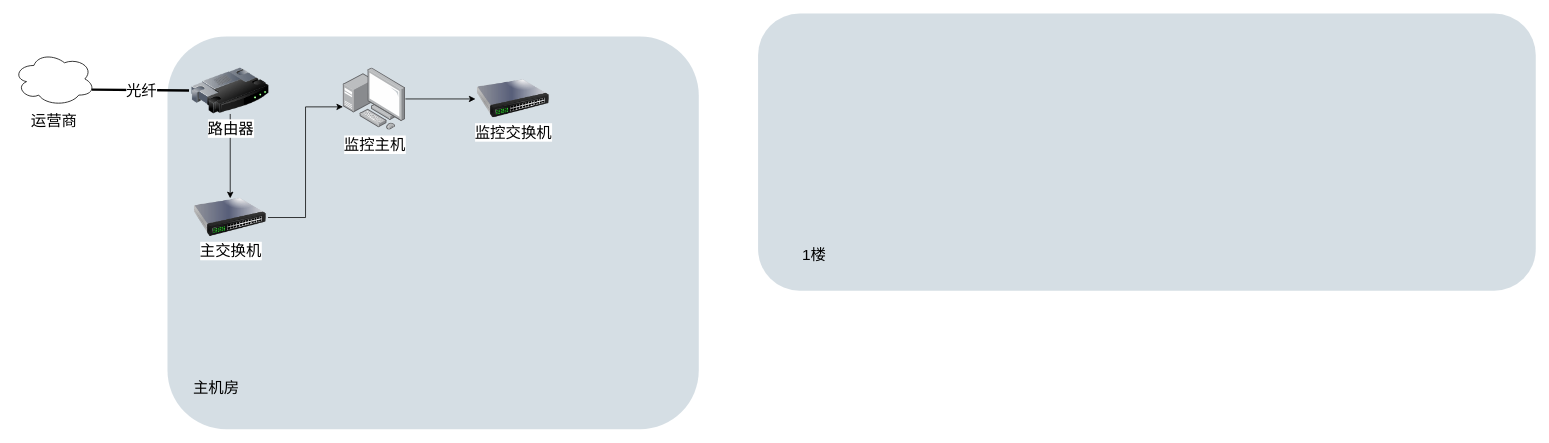
Earlier version of the draw.io diagram 自建房设计/网络拓补图.drawio (Red-Scarf/draw-io-project). Source tidied: cells renumbered, new cells numbered last; positions are measured from the earlier drawing's top-left corner, leaving out a move shared by most shapes. Both pictures are drawn from the tidied source at 77%, with x=0, y=0 at pixel (13, 13).
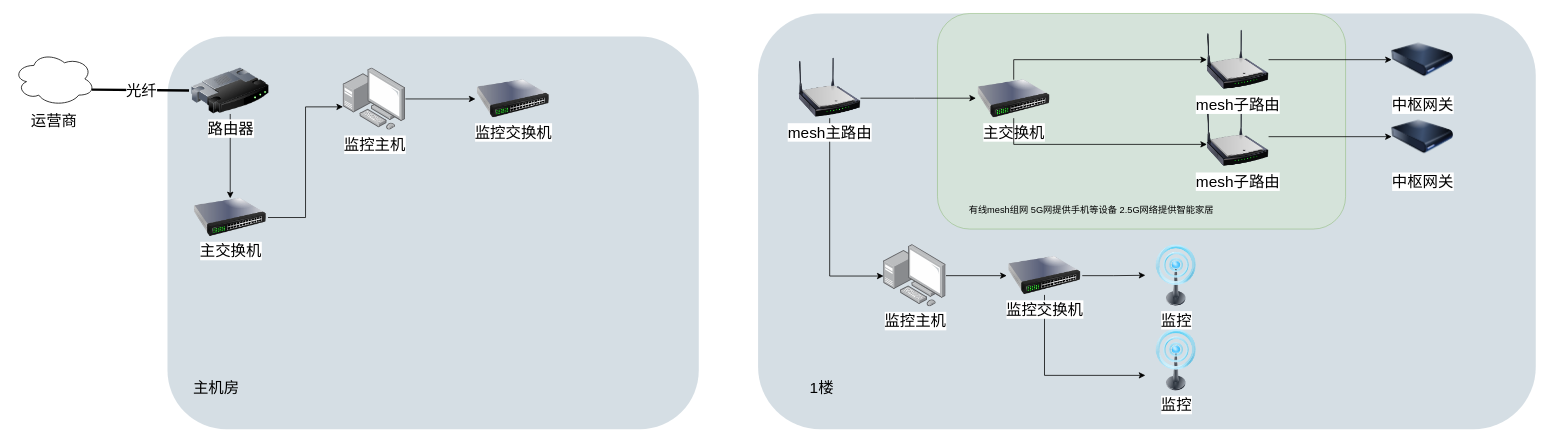
The same diagram, later.

Commit message:
每个楼层的拓补图

Diff of the diagram source:
```diff
@@
     <mxCell id="2" style="rounded=1;whiteSpace=wrap;html=1;strokeColor=none;fillColor=#BAC8D3;fontSize=24;fontColor=#23445D;align=center;opacity=60;" parent="1" vertex="1">
-      <mxGeometry x="967" width="1010" height="360" as="geometry" />
+      <mxGeometry x="967" width="1010" height="540" as="geometry" />
     </mxCell>
+    <mxCell id="16" style="rounded=1;whiteSpace=wrap;html=1;strokeColor=#82b366;fillColor=#d5e8d4;fontSize=24;align=center;opacity=60;" parent="1" vertex="1">
+      <mxGeometry x="1200" width="530" height="280" as="geometry" />
+    </mxCell>
@@
     <mxCell id="9" value="1楼" style="text;strokeColor=none;align=center;fillColor=none;html=1;verticalAlign=middle;whiteSpace=wrap;rounded=0;fontSize=20;" parent="1" vertex="1">
-      <mxGeometry x="1010" y="298" width="60" height="30" as="geometry" />
+      <mxGeometry x="1020" y="470" width="60" height="30" as="geometry" />
     </mxCell>
@@
+    <mxCell id="17" value="主交换机" style="image;html=1;image=img/lib/clip_art/networking/Switch_128x128.png;fontSize=20;" parent="1" vertex="1">
+      <mxGeometry x="1250" y="86" width="98" height="50" as="geometry" />
+    </mxCell>
+    <mxCell id="18" style="edgeStyle=orthogonalEdgeStyle;rounded=0;jettySize=auto;html=1;" parent="1" edge="1" source="17" target="24">
+      <mxGeometry relative="1" as="geometry">
+        <Array as="points">
+          <mxPoint x="1299" y="170" />
+        </Array>
+      </mxGeometry>
+    </mxCell>
+    <mxCell id="19" style="edgeStyle=orthogonalEdgeStyle;rounded=0;jettySize=auto;html=1;" parent="1" edge="1" source="17" target="26">
+      <mxGeometry relative="1" as="geometry">
+        <Array as="points">
+          <mxPoint x="1299" y="60" />
+        </Array>
+      </mxGeometry>
+    </mxCell>
+    <mxCell id="20" style="edgeStyle=orthogonalEdgeStyle;rounded=0;jettySize=auto;html=1;" parent="1" edge="1" source="22" target="17">
+      <mxGeometry relative="1" as="geometry">
+        <Array as="points">
+          <mxPoint x="1170" y="110" />
+          <mxPoint x="1170" y="110" />
+        </Array>
+      </mxGeometry>
+    </mxCell>
+    <mxCell id="21" style="edgeStyle=orthogonalEdgeStyle;rounded=0;jettySize=auto;html=1;" parent="1" edge="1" source="22" target="31">
+      <mxGeometry relative="1" as="geometry">
+        <Array as="points">
+          <mxPoint x="1060" y="341" />
+        </Array>
+      </mxGeometry>
+    </mxCell>
+    <mxCell id="22" value="mesh主路由" style="image;html=1;image=img/lib/clip_art/networking/Wireless_Router_N_128x128.png;fontSize=20;" parent="1" vertex="1">
+      <mxGeometry x="1020" y="56" width="80" height="80" as="geometry" />
+    </mxCell>
+    <mxCell id="23" style="edgeStyle=orthogonalEdgeStyle;rounded=0;jettySize=auto;html=1;" parent="1" edge="1" source="24" target="28">
+      <mxGeometry relative="1" as="geometry" />
+    </mxCell>
+    <mxCell id="24" value="mesh子路由" style="image;html=1;image=img/lib/clip_art/networking/Wireless_Router_N_128x128.png;fontSize=20;" parent="1" vertex="1">
+      <mxGeometry x="1550" y="120" width="80" height="80" as="geometry" />
+    </mxCell>
+    <mxCell id="25" style="edgeStyle=orthogonalEdgeStyle;rounded=0;jettySize=auto;html=1;" parent="1" edge="1" source="26" target="29">
+      <mxGeometry relative="1" as="geometry" />
+    </mxCell>
+    <mxCell id="26" value="mesh子路由" style="image;html=1;image=img/lib/clip_art/networking/Wireless_Router_N_128x128.png;fontSize=20;" parent="1" vertex="1">
+      <mxGeometry x="1550" y="20" width="80" height="80" as="geometry" />
+    </mxCell>
+    <mxCell id="27" value="有线mesh组网 5G网提供手机等设备 2.5G网络提供智能家居" style="text;strokeColor=none;align=center;fillColor=none;html=1;verticalAlign=middle;whiteSpace=wrap;rounded=0;" parent="1" vertex="1">
+      <mxGeometry x="1230" y="240" width="340" height="30" as="geometry" />
+    </mxCell>
+    <mxCell id="28" value="中枢网关" style="image;html=1;image=img/lib/clip_art/computers/Harddrive_128x128.png;fontSize=20;" parent="1" vertex="1">
+      <mxGeometry x="1790" y="120" width="80" height="80" as="geometry" />
+    </mxCell>
+    <mxCell id="29" value="中枢网关" style="image;html=1;image=img/lib/clip_art/computers/Harddrive_128x128.png;fontSize=20;" parent="1" vertex="1">
+      <mxGeometry x="1790" y="20" width="80" height="80" as="geometry" />
+    </mxCell>
+    <mxCell id="30" style="edgeStyle=orthogonalEdgeStyle;rounded=0;jettySize=auto;html=1;" parent="1" edge="1" source="31" target="34">
+      <mxGeometry relative="1" as="geometry" />
+    </mxCell>
+    <mxCell id="31" value="监控主机" style="image;points=[];html=1;align=center;shadow=0;dashed=0;image=img/lib/allied_telesis/computer_and_terminals/Personal_Computer_with_Server.svg;fontSize=20;" parent="1" vertex="1">
+      <mxGeometry x="1130" y="300" width="81" height="81" as="geometry" />
+    </mxCell>
+    <mxCell id="32" style="edgeStyle=orthogonalEdgeStyle;rounded=0;jettySize=auto;html=1;" parent="1" edge="1" source="34" target="35">
+      <mxGeometry relative="1" as="geometry" />
+    </mxCell>
+    <mxCell id="33" style="edgeStyle=orthogonalEdgeStyle;rounded=0;jettySize=auto;html=1;" parent="1" edge="1" source="34" target="36">
+      <mxGeometry relative="1" as="geometry">
+        <Array as="points">
+          <mxPoint x="1339" y="470" />
+        </Array>
+      </mxGeometry>
+    </mxCell>
+    <mxCell id="34" value="监控交换机" style="image;html=1;image=img/lib/clip_art/networking/Switch_128x128.png;fontSize=20;" parent="1" vertex="1">
+      <mxGeometry x="1290" y="315.5" width="98" height="50" as="geometry" />
+    </mxCell>
+    <mxCell id="35" value="监控" style="image;html=1;image=img/lib/clip_art/telecommunication/Signal_tower_on_128x128.png;fontSize=20;" parent="1" vertex="1">
+      <mxGeometry x="1470" y="300" width="80" height="80" as="geometry" />
+    </mxCell>
+    <mxCell id="36" value="监控" style="image;html=1;image=img/lib/clip_art/telecommunication/Signal_tower_on_128x128.png;fontSize=20;" parent="1" vertex="1">
+      <mxGeometry x="1470" y="410" width="80" height="80" as="geometry" />
+    </mxCell>
```
